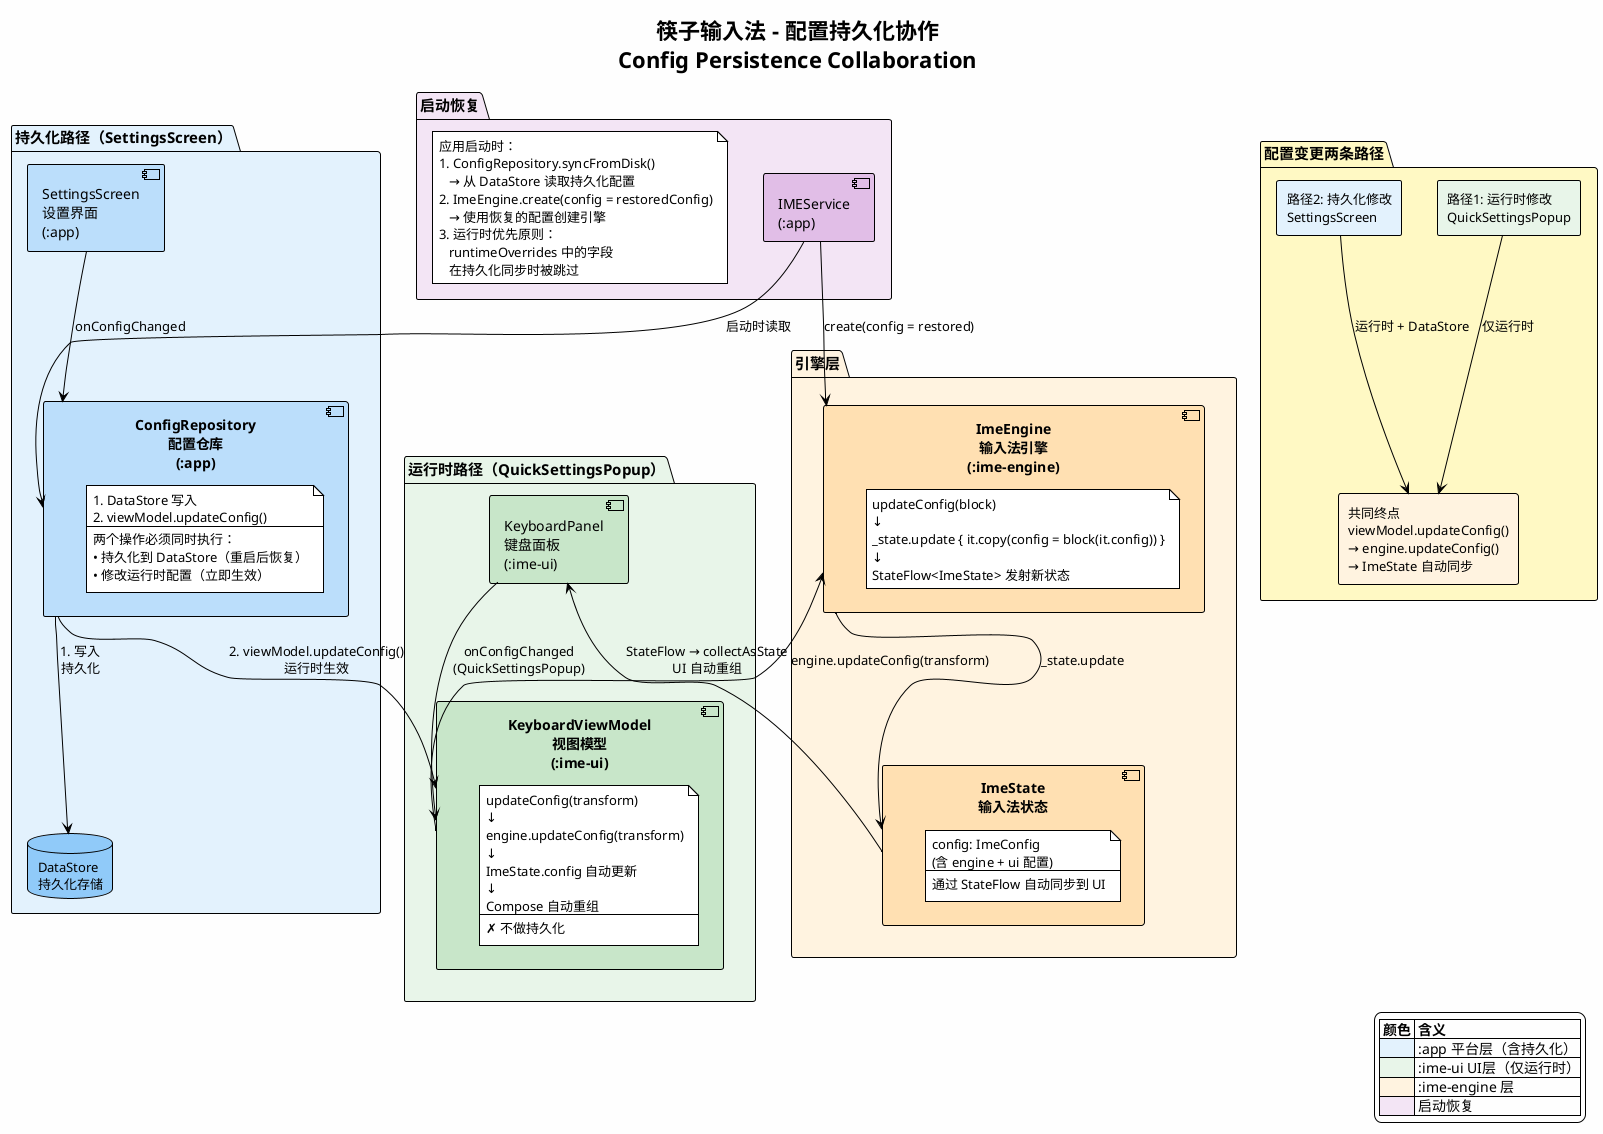
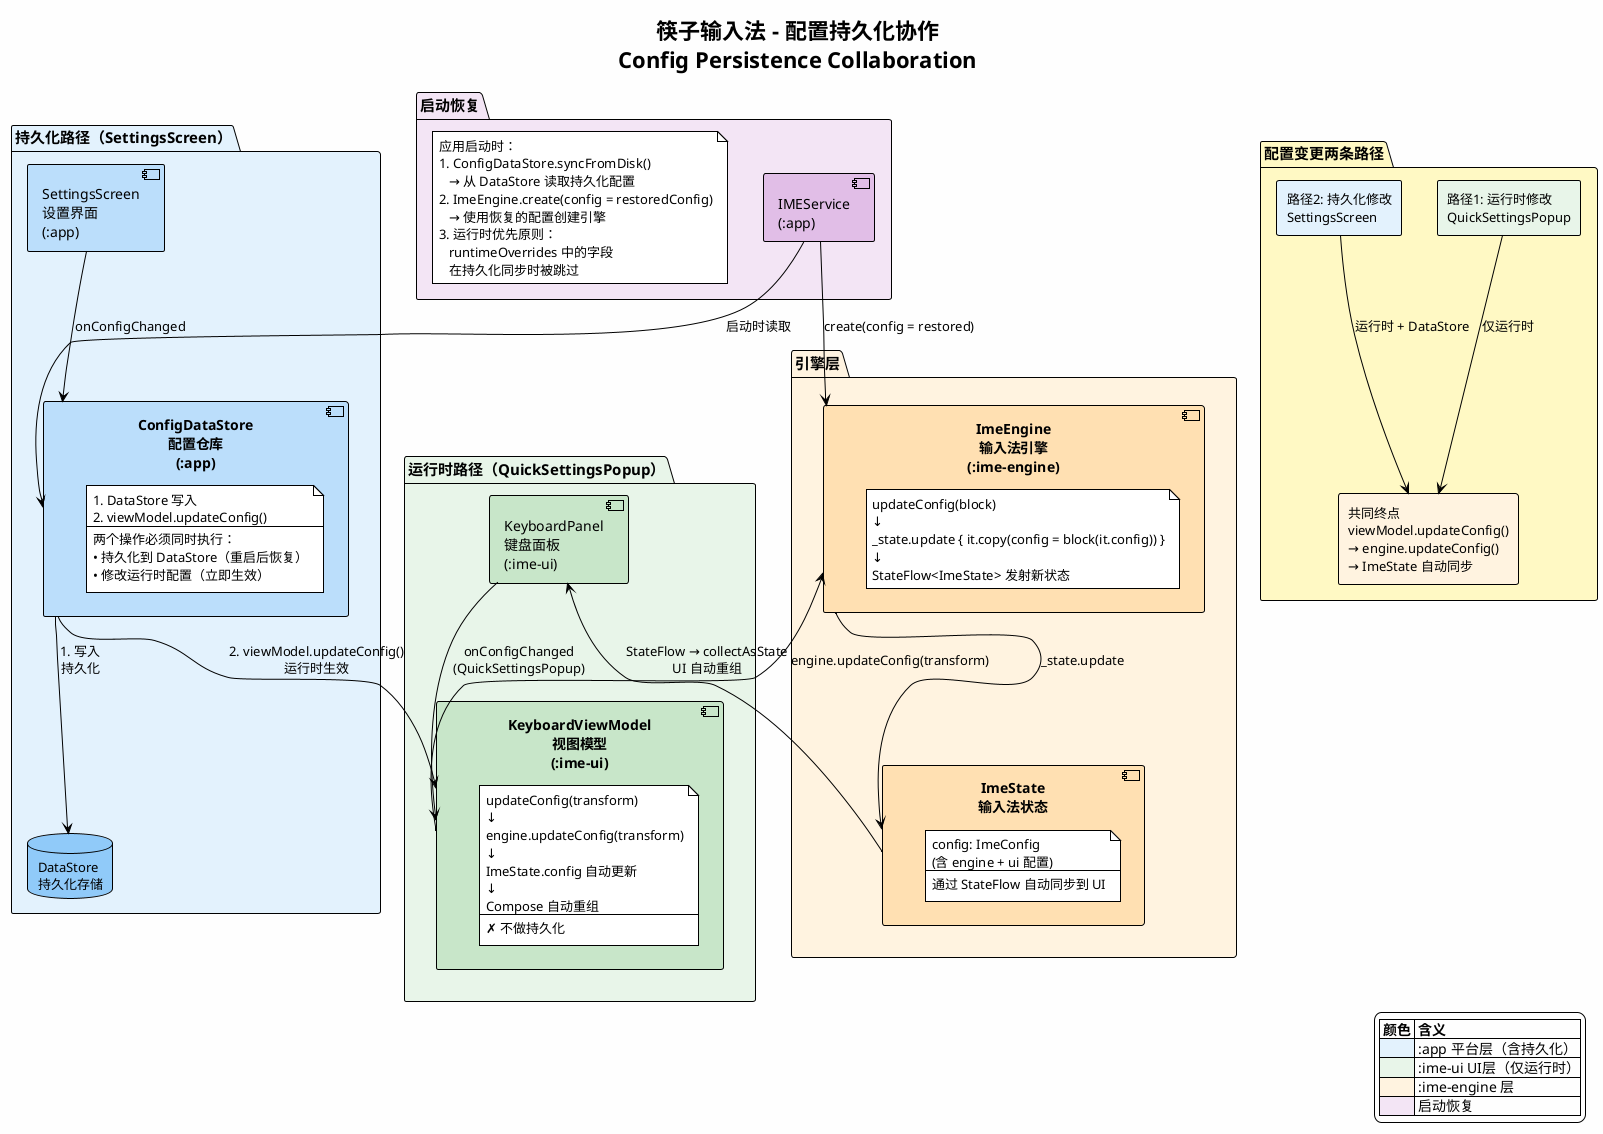
@startuml app-config-persistence
!theme plain
skinparam backgroundColor #FEFEFE
skinparam shadowing false
skinparam defaultFontSize 13
skinparam componentFontSize 14
skinparam packageFontSize 15

title 筷子输入法 - 配置持久化协作\nConfig Persistence Collaboration

' ─── 持久化路径 ────────────────────────────────────────────────────

package "持久化路径（SettingsScreen）" as persist #E3F2FD {

    component "SettingsScreen\n设置界面\n(:app)" as Settings #BBDEFB

-     component "ConfigRepository\n配置仓库\n(:app)" as ConfigRepo #BBDEFB {
+     component "ConfigDataStore\n配置仓库\n(:app)" as ConfigRepo #BBDEFB {
        note as cr_note
            1. DataStore 写入
            2. viewModel.updateConfig()
            ---
            两个操作必须同时执行：
            • 持久化到 DataStore（重启后恢复）
            • 修改运行时配置（立即生效）
        end note
    }

    database "DataStore\n持久化存储" as DataStore #90CAF9

    Settings --> ConfigRepo : "onConfigChanged"
    ConfigRepo --> DataStore : "1. 写入\n持久化"
}

' ─── 运行时路径 ────────────────────────────────────────────────────

package "运行时路径（QuickSettingsPopup）" as runtime #E8F5E9 {

    component "KeyboardPanel\n键盘面板\n(:ime-ui)" as KP #C8E6C9

    component "KeyboardViewModel\n视图模型\n(:ime-ui)" as KVM #C8E6C9 {
        note as kvm_note
            updateConfig(transform)
            ↓
            engine.updateConfig(transform)
            ↓
            ImeState.config 自动更新
            ↓
            Compose 自动重组
            ---
            ✗ 不做持久化
        end note
    }

    KP --> KVM : "onConfigChanged\n(QuickSettingsPopup)"
}

' ─── 引擎层 ────────────────────────────────────────────────────────

package "引擎层" as engine_layer #FFF3E0 {

    component "ImeEngine\n输入法引擎\n(:ime-engine)" as ImeEngine #FFE0B2 {
        note as engine_note
            updateConfig(block)
            ↓
            _state.update { it.copy(config = block(it.config)) }
            ↓
            StateFlow<ImeState> 发射新状态
        end note
    }

    component "ImeState\n输入法状态" as ImeState #FFE0B2 {
        note as state_note
            config: ImeConfig
            (含 engine + ui 配置)
            ---
            通过 StateFlow 自动同步到 UI
        end note
    }
}

' ─── Data Flow ─────────────────────────────────────────────────────

ConfigRepo --> KVM : "2. viewModel.updateConfig()\n运行时生效"
KVM --> ImeEngine : "engine.updateConfig(transform)"
ImeEngine --> ImeState : "_state.update"
ImeState --> KP : "StateFlow → collectAsState\nUI 自动重组"

' ─── Startup Recovery ──────────────────────────────────────────────

package "启动恢复" as startup #F3E5F5 {

    component "IMEService\n(:app)" as IMEService #E1BEE7

    note as startup_note
        应用启动时：
-         1. ConfigRepository.syncFromDisk()
+         1. ConfigDataStore.syncFromDisk()
           → 从 DataStore 读取持久化配置
        2. ImeEngine.create(config = restoredConfig)
           → 使用恢复的配置创建引擎
        3. 运行时优先原则：
           runtimeOverrides 中的字段
           在持久化同步时被跳过
    end note

    IMEService --> ConfigRepo : "启动时读取"
    IMEService --> ImeEngine : "create(config = restored)"
}

' ─── Two Paths Summary ─────────────────────────────────────────────

package "配置变更两条路径" as summary #FFF9C4 {

    rectangle "路径1: 运行时修改\nQuickSettingsPopup" as path1 #E8F5E9
    rectangle "路径2: 持久化修改\nSettingsScreen" as path2 #E3F2FD

    rectangle "共同终点\nviewModel.updateConfig()\n→ engine.updateConfig()\n→ ImeState 自动同步" as common #FFF3E0

    path1 --> common : "仅运行时"
    path2 --> common : "运行时 + DataStore"
}

' ─── Legend ─────────────────────────────────────────────────────────

legend right
    |= 颜色 |= 含义 |
    |<#E3F2FD>| :app 平台层（含持久化）|
    |<#E8F5E9>| :ime-ui UI层（仅运行时）|
    |<#FFF3E0>| :ime-engine 层 |
    |<#F3E5F5>| 启动恢复 |
endlegend

@enduml
